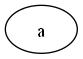
This is AAImageTree/Tree0.gv.png from Gerax5/COM-LB1, a Graphviz export, as it was before one commit. Its source is kept beside it as AAImageTree/Tree0.gv.
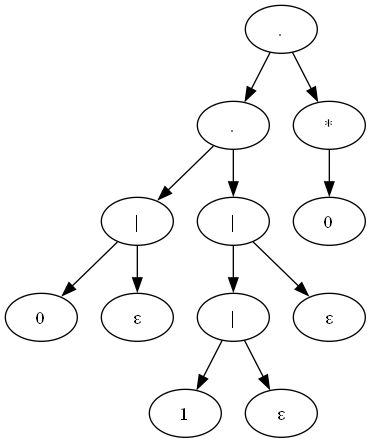
The same file after the commit.

What changed in the source:
```diff
@@ -1,3 +1,25 @@
 digraph "AAImageTree/Tree0" {
-	A0 [label=a]
+	A0 [label="."]
+	A1 [label="."]
+	A2 [label="|"]
+	A3 [label=0]
+	A4 [label="ε"]
+	A5 [label="|"]
+	A6 [label="|"]
+	A7 [label=1]
+	A8 [label="ε"]
+	A9 [label="ε"]
+	A10 [label="*"]
+	A11 [label=0]
+	A2 -> A3
+	A2 -> A4
+	A1 -> A2
+	A6 -> A7
+	A6 -> A8
+	A5 -> A6
+	A5 -> A9
+	A1 -> A5
+	A0 -> A1
+	A10 -> A11
+	A0 -> A10
 }
```
